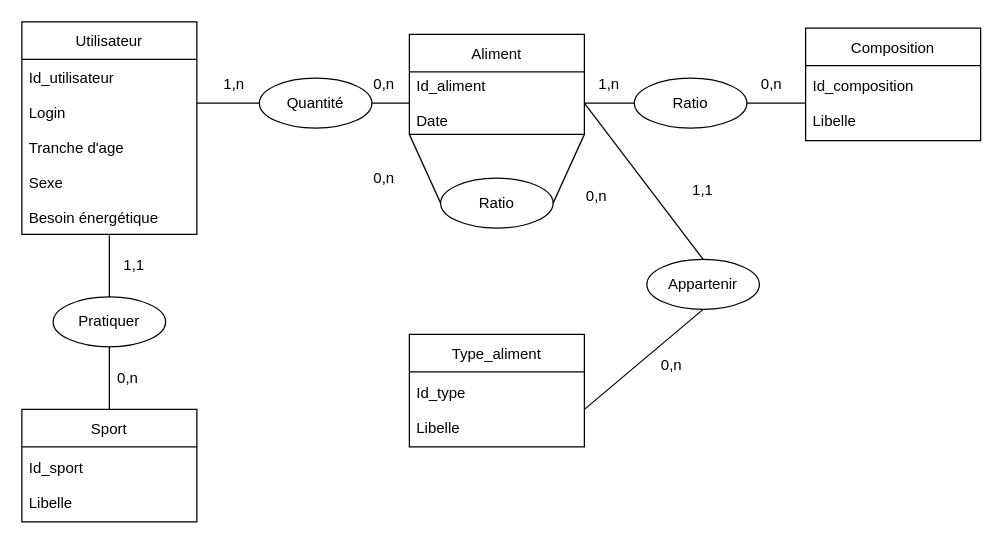
Above: page "Page-1" (1 of 2) of Untitled Diagram.drawio in EzzatAlZahabi/IDAW (draw.io), before the change. Source tidied: cells renumbered, new cells numbered last; positions are measured from the earlier drawing's top-left corner, leaving out a move shared by most shapes. Both pictures are drawn from the tidied source at 125%, with x=0, y=0 at pixel (21, 21).
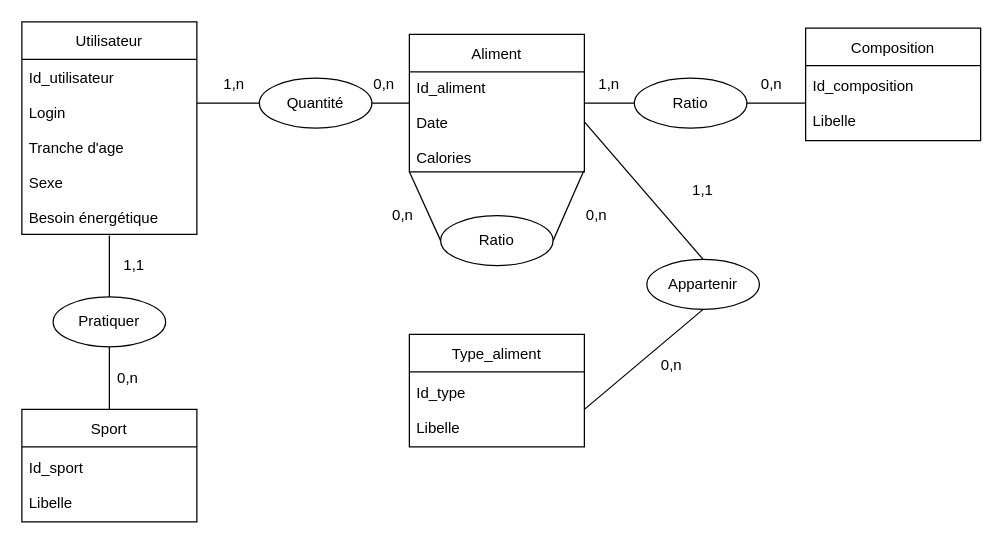
The same diagram, later.

Unchanged cells that the change refers to:
```xml
<mxCell id="8" value="Quantité" style="ellipse;whiteSpace=wrap;html=1;" parent="1" vertex="1">
  <mxGeometry x="190" y="45" width="90" height="40" as="geometry" />
</mxCell>
<mxCell id="11" value="Ratio" style="ellipse;whiteSpace=wrap;html=1;" parent="1" vertex="1">
  <mxGeometry x="490" y="45" width="90" height="40" as="geometry" />
</mxCell>
```

The edit, as a diff of the source:
```diff
@@
     <mxCell id="4" value="Aliment" style="swimlane;fontStyle=0;horizontal=1;startSize=30;" parent="1" vertex="1">
-      <mxGeometry x="310" y="10" width="140" height="80" as="geometry" />
+      <mxGeometry x="310" y="10" width="140" height="110" as="geometry" />
     </mxCell>
-    <mxCell id="5" value="Id_aliment&#10;&#10;Date" style="text;strokeColor=none;fillColor=none;align=left;verticalAlign=middle;spacingLeft=4;spacingRight=4;overflow=hidden;points=[[0,0.5],[1,0.5]];portConstraint=eastwest;" parent="4" vertex="1">
-      <mxGeometry y="30" width="140" height="50" as="geometry" />
+    <mxCell id="5" value="Id_aliment&#10;&#10;Date&#10;&#10;Calories" style="text;strokeColor=none;fillColor=none;align=left;verticalAlign=middle;spacingLeft=4;spacingRight=4;overflow=hidden;points=[[0,0.5],[1,0.5]];portConstraint=eastwest;" parent="4" vertex="1">
+      <mxGeometry y="30" width="140" height="80" as="geometry" />
     </mxCell>
@@
     <mxCell id="14" value="Ratio" style="ellipse;whiteSpace=wrap;html=1;" parent="1" vertex="1">
-      <mxGeometry x="335" y="125" width="90" height="40" as="geometry" />
+      <mxGeometry x="335" y="155" width="90" height="40" as="geometry" />
     </mxCell>
     <mxCell id="15" value="0,n" style="text;html=1;strokeColor=none;fillColor=none;align=center;verticalAlign=middle;whiteSpace=wrap;rounded=0;" parent="1" vertex="1">
-      <mxGeometry x="260" y="110" width="60" height="30" as="geometry" />
+      <mxGeometry x="275" y="140" width="60" height="30" as="geometry" />
     </mxCell>
     <mxCell id="16" value="0,n" style="text;html=1;strokeColor=none;fillColor=none;align=center;verticalAlign=middle;whiteSpace=wrap;rounded=0;" parent="1" vertex="1">
-      <mxGeometry x="430" y="125" width="60" height="30" as="geometry" />
+      <mxGeometry x="430" y="140" width="60" height="30" as="geometry" />
     </mxCell>
@@
-    <mxCell id="28" style="endArrow=none;html=1;rounded=0;exitX=1;exitY=0.5;exitDx=0;exitDy=0;entryX=0;entryY=0.5;entryDx=0;entryDy=0;" parent="1" edge="1" source="8" target="5">
-      <mxGeometry relative="1" as="geometry" />
+    <mxCell id="28" style="endArrow=none;html=1;rounded=0;exitX=1;exitY=0.5;exitDx=0;exitDy=0;" parent="1" edge="1" source="8">
+      <mxGeometry relative="1" as="geometry">
+        <mxPoint x="310" y="65" as="targetPoint" />
+      </mxGeometry>
     </mxCell>
-    <mxCell id="29" style="endArrow=none;html=1;rounded=0;exitX=0;exitY=0.5;exitDx=0;exitDy=0;" parent="1" edge="1" source="11" target="5">
+    <mxCell id="29" style="endArrow=none;html=1;rounded=0;exitX=0;exitY=0.5;exitDx=0;exitDy=0;entryX=1;entryY=0.313;entryDx=0;entryDy=0;entryPerimeter=0;" parent="1" edge="1" source="11" target="5">
       <mxGeometry relative="1" as="geometry" />
     </mxCell>
@@
-    <mxCell id="33" style="endArrow=none;html=1;rounded=0;exitX=1;exitY=0.5;exitDx=0;exitDy=0;" parent="1" edge="1" source="14">
-      <mxGeometry relative="1" as="geometry">
-        <mxPoint x="450" y="90" as="targetPoint" />
-      </mxGeometry>
+    <mxCell id="33" style="endArrow=none;html=1;rounded=0;exitX=1;exitY=0.5;exitDx=0;exitDy=0;entryX=0.996;entryY=0.991;entryDx=0;entryDy=0;entryPerimeter=0;" parent="1" edge="1" source="14" target="5">
+      <mxGeometry relative="1" as="geometry" />
     </mxCell>
-    <mxCell id="34" style="endArrow=none;html=1;rounded=0;entryX=0;entryY=0.5;entryDx=0;entryDy=0;" parent="1" edge="1" target="14">
-      <mxGeometry relative="1" as="geometry">
-        <mxPoint x="310" y="90" as="sourcePoint" />
-      </mxGeometry>
+    <mxCell id="34" style="endArrow=none;html=1;rounded=0;entryX=0;entryY=0.5;entryDx=0;entryDy=0;exitX=0;exitY=0.998;exitDx=0;exitDy=0;exitPerimeter=0;" parent="1" edge="1" source="5" target="14">
+      <mxGeometry relative="1" as="geometry" />
     </mxCell>
```
